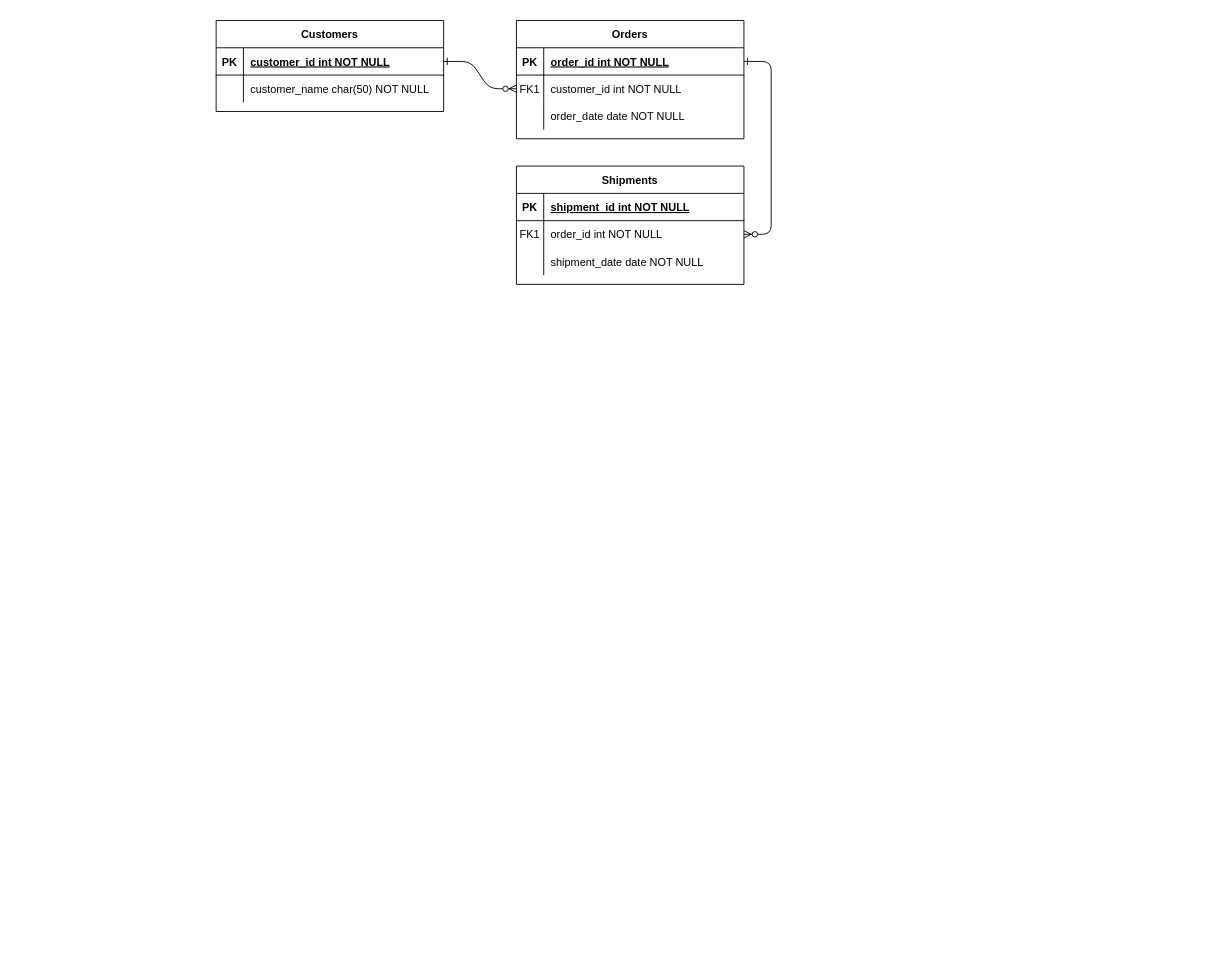
ducvu25/1 keeps this draw.io diagram as Biểu đồ không có tiêu đề.drawio. Above is the earlier version. Source tidied: cells renumbered, new cells numbered last; positions are measured from the earlier drawing's top-left corner, leaving out a move shared by most shapes. Both pictures are drawn from the tidied source at 91%, with x=0, y=0 at pixel (216, 20).
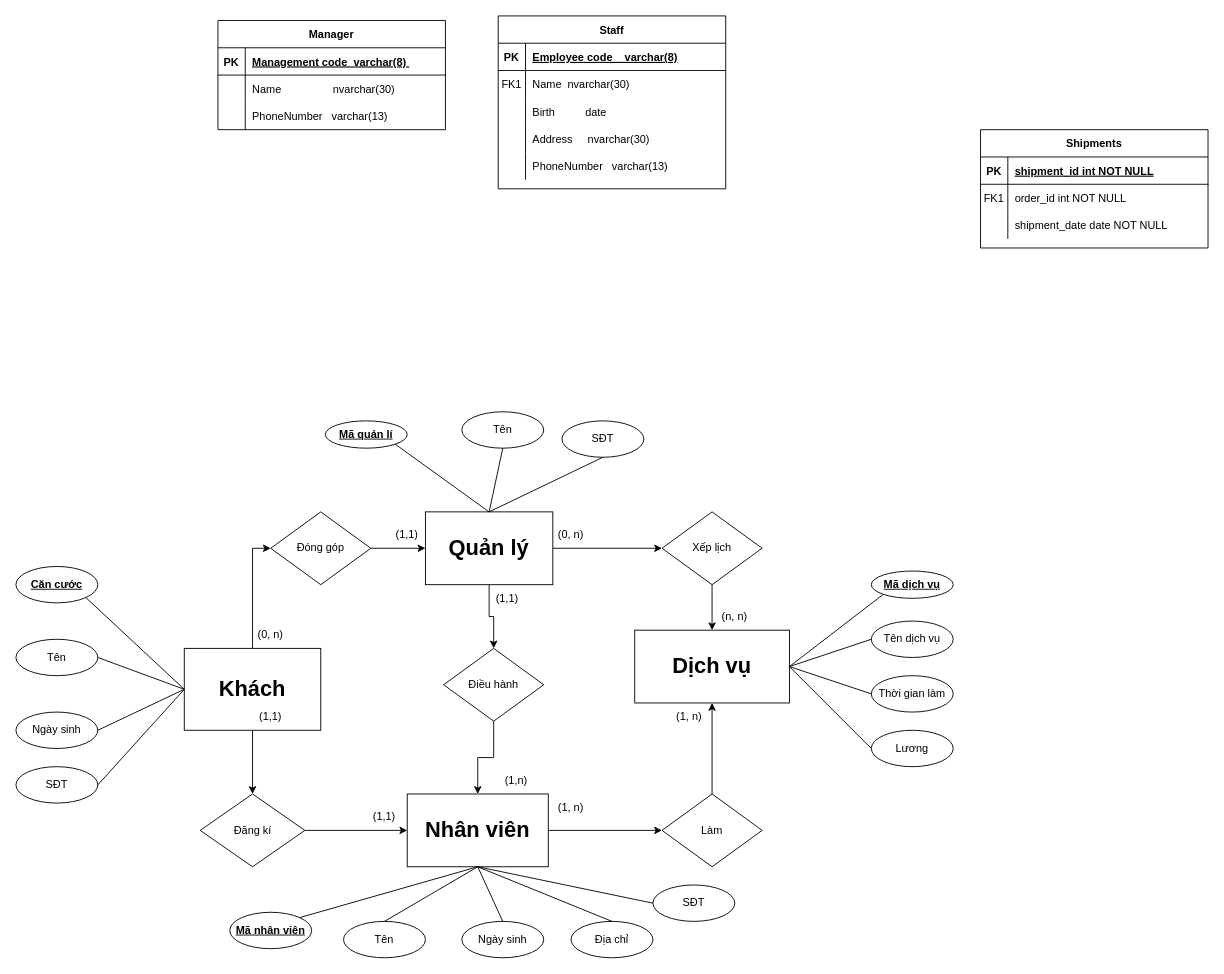
Above is the later version.

Commit message:
Cập nhật Biểu đồ không có tiêu đề.drawio

The change refers to these unchanged cells:
```xml
<mxCell id="5" style="shape=partialRectangle;fillColor=none;points=[[0,0.5],[1,0.5]];portConstraint=eastwest;top=0;left=0;right=0;bottom=1;" parent="4" vertex="1">
  <mxGeometry y="30" width="250" height="30" as="geometry" />
</mxCell>
<mxCell id="8" style="shape=partialRectangle;fillColor=none;points=[[0,0.5],[1,0.5]];portConstraint=eastwest;top=0;left=0;right=0;bottom=0;" parent="4" vertex="1">
  <mxGeometry y="60" width="250" height="30" as="geometry" />
</mxCell>
<mxCell id="11" style="shape=partialRectangle;fillColor=none;top=0;left=0;right=0;bottom=0;" parent="4" vertex="1">
  <mxGeometry y="90" width="250" height="30" as="geometry" />
</mxCell>
<mxCell id="18" style="shape=partialRectangle;fillColor=none;points=[[0,0.5],[1,0.5]];portConstraint=eastwest;top=0;left=0;right=0;bottom=0;" parent="14" vertex="1">
  <mxGeometry y="60" width="250" height="30" as="geometry" />
</mxCell>
<mxCell id="25" style="shape=partialRectangle;fillColor=none;points=[[0,0.5],[1,0.5]];portConstraint=eastwest;top=0;left=0;right=0;bottom=1;" parent="24" vertex="1">
  <mxGeometry y="30" width="250" height="30" as="geometry" />
</mxCell>
<mxCell id="28" style="shape=partialRectangle;fillColor=none;top=0;left=0;right=0;bottom=0;" parent="24" vertex="1">
  <mxGeometry y="60" width="250" height="30" as="geometry" />
</mxCell>
```

The edit, as a diff of the source:
```diff
@@
-    <mxCell id="2" style="edgeStyle=entityRelationEdgeStyle;endArrow=ERzeroToMany;startArrow=ERone;endFill=1;startFill=0;" parent="1" edge="1" source="25" target="8">
-      <mxGeometry relative="1" as="geometry" />
-    </mxCell>
-    <mxCell id="3" style="edgeStyle=entityRelationEdgeStyle;endArrow=ERzeroToMany;startArrow=ERone;endFill=1;startFill=0;" parent="1" edge="1" source="5" target="18">
-      <mxGeometry relative="1" as="geometry" />
-    </mxCell>
-    <mxCell id="4" value="Orders" style="shape=table;startSize=30;childLayout=tableLayout;rowLines=0;fontStyle=1;align=center;" parent="1" vertex="1">
-      <mxGeometry x="330" width="250" height="130" as="geometry" />
+    <mxCell id="4" value="Staff" style="shape=table;startSize=30;childLayout=tableLayout;rowLines=0;fontStyle=1;align=center;" parent="1" vertex="1">
+      <mxGeometry x="310" y="-5" width="250" height="190" as="geometry" />
     </mxCell>
@@
-    <mxCell id="7" value="order_id int NOT NULL " style="shape=partialRectangle;overflow=hidden;fillColor=none;top=0;left=0;bottom=0;right=0;align=left;spacingLeft=6;fontStyle=5;" parent="5" vertex="1">
+    <mxCell id="7" value="Employee code    varchar(8)" style="shape=partialRectangle;overflow=hidden;fillColor=none;top=0;left=0;bottom=0;right=0;align=left;spacingLeft=6;fontStyle=5;" parent="5" vertex="1">
       <mxGeometry x="30" width="220" height="30" as="geometry" />
     </mxCell>
@@
-    <mxCell id="10" value="customer_id int NOT NULL" style="shape=partialRectangle;overflow=hidden;fillColor=none;top=0;left=0;bottom=0;right=0;align=left;spacingLeft=6;" parent="8" vertex="1">
+    <mxCell id="10" value="Name  nvarchar(30)" style="shape=partialRectangle;overflow=hidden;fillColor=none;top=0;left=0;bottom=0;right=0;align=left;spacingLeft=6;" parent="8" vertex="1">
       <mxGeometry x="30" width="220" height="30" as="geometry" />
     </mxCell>
@@
-    <mxCell id="13" value="order_date date NOT NULL" style="shape=partialRectangle;overflow=hidden;fillColor=none;top=0;left=0;bottom=0;right=0;align=left;spacingLeft=6;" parent="11" vertex="1">
+    <mxCell id="13" value="Birth          date" style="shape=partialRectangle;overflow=hidden;fillColor=none;top=0;left=0;bottom=0;right=0;align=left;spacingLeft=6;" parent="11" vertex="1">
       <mxGeometry x="30" width="220" height="30" as="geometry" />
     </mxCell>
+    <mxCell id="31" style="shape=partialRectangle;fillColor=none;top=0;left=0;right=0;bottom=0;" parent="4" vertex="1">
+      <mxGeometry y="120" width="250" height="30" as="geometry" />
+    </mxCell>
+    <mxCell id="32" style="shape=partialRectangle;overflow=hidden;fillColor=none;top=0;left=0;bottom=0;right=0;" parent="31" vertex="1">
+      <mxGeometry width="30" height="30" as="geometry" />
+    </mxCell>
+    <mxCell id="33" value="Address     nvarchar(30)" style="shape=partialRectangle;overflow=hidden;fillColor=none;top=0;left=0;bottom=0;right=0;align=left;spacingLeft=6;" parent="31" vertex="1">
+      <mxGeometry x="30" width="220" height="30" as="geometry" />
+    </mxCell>
+    <mxCell id="34" style="shape=partialRectangle;fillColor=none;top=0;left=0;right=0;bottom=0;" parent="4" vertex="1">
+      <mxGeometry y="150" width="250" height="30" as="geometry" />
+    </mxCell>
+    <mxCell id="35" style="shape=partialRectangle;overflow=hidden;fillColor=none;top=0;left=0;bottom=0;right=0;" parent="34" vertex="1">
+      <mxGeometry width="30" height="30" as="geometry" />
+    </mxCell>
+    <mxCell id="36" value="PhoneNumber   varchar(13)" style="shape=partialRectangle;overflow=hidden;fillColor=none;top=0;left=0;bottom=0;right=0;align=left;spacingLeft=6;" parent="34" vertex="1">
+      <mxGeometry x="30" width="220" height="30" as="geometry" />
+    </mxCell>
     <mxCell id="14" value="Shipments" style="shape=table;startSize=30;childLayout=tableLayout;rowLines=0;fontStyle=1;align=center;" parent="1" vertex="1">
-      <mxGeometry x="330" y="160" width="250" height="130" as="geometry" />
+      <mxGeometry x="840" y="120" width="250" height="130" as="geometry" />
     </mxCell>
@@
-    <mxCell id="24" value="Customers" style="shape=table;startSize=30;childLayout=tableLayout;rowLines=0;fontStyle=1;align=center;" parent="1" vertex="1">
-      <mxGeometry width="250" height="100" as="geometry" />
+    <mxCell id="24" value="Manager" style="shape=table;startSize=30;childLayout=tableLayout;rowLines=0;fontStyle=1;align=center;" parent="1" vertex="1">
+      <mxGeometry x="2" width="250" height="120" as="geometry" />
     </mxCell>
@@
-    <mxCell id="27" value="customer_id int NOT NULL " style="shape=partialRectangle;overflow=hidden;fillColor=none;top=0;left=0;bottom=0;right=0;align=left;spacingLeft=6;fontStyle=5;" parent="25" vertex="1">
+    <mxCell id="27" value="Management code  varchar(8) " style="shape=partialRectangle;overflow=hidden;fillColor=none;top=0;left=0;bottom=0;right=0;align=left;spacingLeft=6;fontStyle=5;" parent="25" vertex="1">
       <mxGeometry x="30" width="220" height="30" as="geometry" />
     </mxCell>
@@
-    <mxCell id="30" value="customer_name char(50) NOT NULL" style="shape=partialRectangle;overflow=hidden;fillColor=none;top=0;left=0;bottom=0;right=0;align=left;spacingLeft=6;" parent="28" vertex="1">
+    <mxCell id="30" value="Name                 nvarchar(30)" style="shape=partialRectangle;overflow=hidden;fillColor=none;top=0;left=0;bottom=0;right=0;align=left;spacingLeft=6;" parent="28" vertex="1">
       <mxGeometry x="30" width="220" height="30" as="geometry" />
     </mxCell>
+    <mxCell id="37" style="shape=partialRectangle;fillColor=none;top=0;left=0;right=0;bottom=0;" parent="24" vertex="1">
+      <mxGeometry y="90" width="250" height="30" as="geometry" />
+    </mxCell>
+    <mxCell id="38" style="shape=partialRectangle;overflow=hidden;fillColor=none;top=0;left=0;bottom=0;right=0;" parent="37" vertex="1">
+      <mxGeometry width="30" height="30" as="geometry" />
+    </mxCell>
+    <mxCell id="39" value="PhoneNumber   varchar(13)" style="shape=partialRectangle;overflow=hidden;fillColor=none;top=0;left=0;bottom=0;right=0;align=left;spacingLeft=6;" parent="37" vertex="1">
+      <mxGeometry x="30" width="220" height="30" as="geometry" />
+    </mxCell>
+    <mxCell id="40" style="edgeStyle=orthogonalEdgeStyle;rounded=0;jettySize=auto;html=1;" parent="1" edge="1" source="42" target="50">
+      <mxGeometry relative="1" as="geometry" />
+    </mxCell>
+    <mxCell id="41" style="edgeStyle=orthogonalEdgeStyle;rounded=0;jettySize=auto;html=1;entryX=0;entryY=0.5;entryDx=0;entryDy=0;" parent="1" edge="1" source="42" target="58">
+      <mxGeometry relative="1" as="geometry" />
+    </mxCell>
+    <mxCell id="42" value="&lt;font style=&quot;font-size: 24px;&quot;&gt;&lt;b&gt;Quản lý&lt;/b&gt;&lt;/font&gt;" style="rounded=0;whiteSpace=wrap;html=1;" parent="1" vertex="1">
+      <mxGeometry x="230" y="540" width="140" height="80" as="geometry" />
+    </mxCell>
+    <mxCell id="43" style="edgeStyle=orthogonalEdgeStyle;rounded=0;jettySize=auto;html=1;" parent="1" edge="1" source="44" target="54">
+      <mxGeometry relative="1" as="geometry" />
+    </mxCell>
+    <mxCell id="44" value="&lt;b&gt;&lt;font style=&quot;font-size: 24px;&quot;&gt;Nhân viên&lt;/font&gt;&lt;/b&gt;" style="rounded=0;whiteSpace=wrap;html=1;" parent="1" vertex="1">
+      <mxGeometry x="210" y="850" width="155" height="80" as="geometry" />
+    </mxCell>
+    <mxCell id="45" value="&lt;span style=&quot;font-size: 24px;&quot;&gt;&lt;b&gt;Dịch vụ&lt;/b&gt;&lt;/span&gt;" style="rounded=0;whiteSpace=wrap;html=1;" parent="1" vertex="1">
+      <mxGeometry x="460" y="670" width="170" height="80" as="geometry" />
+    </mxCell>
+    <mxCell id="46" style="edgeStyle=orthogonalEdgeStyle;rounded=0;jettySize=auto;html=1;entryX=0.5;entryY=0;entryDx=0;entryDy=0;" parent="1" edge="1" source="48" target="52">
+      <mxGeometry relative="1" as="geometry" />
+    </mxCell>
+    <mxCell id="47" style="edgeStyle=orthogonalEdgeStyle;rounded=0;jettySize=auto;html=1;entryX=0;entryY=0.5;entryDx=0;entryDy=0;" parent="1" edge="1" source="48" target="56">
+      <mxGeometry relative="1" as="geometry" />
+    </mxCell>
+    <mxCell id="48" value="&lt;font style=&quot;font-size: 24px;&quot;&gt;&lt;b&gt;Khách&lt;/b&gt;&lt;/font&gt;" style="rounded=0;whiteSpace=wrap;html=1;" parent="1" vertex="1">
+      <mxGeometry x="-35" y="690" width="150" height="90" as="geometry" />
+    </mxCell>
+    <mxCell id="49" style="edgeStyle=orthogonalEdgeStyle;rounded=0;jettySize=auto;html=1;" parent="1" edge="1" source="50" target="44">
+      <mxGeometry relative="1" as="geometry" />
+    </mxCell>
+    <mxCell id="50" value="Điều hành" style="rhombus;whiteSpace=wrap;html=1;" parent="1" vertex="1">
+      <mxGeometry x="250" y="690" width="110" height="80" as="geometry" />
+    </mxCell>
+    <mxCell id="51" style="edgeStyle=orthogonalEdgeStyle;rounded=0;jettySize=auto;html=1;entryX=0;entryY=0.5;entryDx=0;entryDy=0;" parent="1" edge="1" source="52" target="44">
+      <mxGeometry relative="1" as="geometry" />
+    </mxCell>
+    <mxCell id="52" value="Đăng kí" style="rhombus;whiteSpace=wrap;html=1;" parent="1" vertex="1">
+      <mxGeometry x="-17.5" y="850" width="115" height="80" as="geometry" />
+    </mxCell>
+    <mxCell id="53" style="edgeStyle=orthogonalEdgeStyle;rounded=0;jettySize=auto;html=1;" parent="1" edge="1" source="54" target="45">
+      <mxGeometry relative="1" as="geometry" />
+    </mxCell>
+    <mxCell id="54" value="Làm" style="rhombus;whiteSpace=wrap;html=1;" parent="1" vertex="1">
+      <mxGeometry x="490" y="850" width="110" height="80" as="geometry" />
+    </mxCell>
+    <mxCell id="55" style="edgeStyle=orthogonalEdgeStyle;rounded=0;jettySize=auto;html=1;entryX=0;entryY=0.5;entryDx=0;entryDy=0;" parent="1" edge="1" source="56" target="42">
+      <mxGeometry relative="1" as="geometry" />
+    </mxCell>
+    <mxCell id="56" value="Đóng góp" style="rhombus;whiteSpace=wrap;html=1;" parent="1" vertex="1">
+      <mxGeometry x="60" y="540" width="110" height="80" as="geometry" />
+    </mxCell>
+    <mxCell id="57" style="edgeStyle=orthogonalEdgeStyle;rounded=0;jettySize=auto;html=1;entryX=0.5;entryY=0;entryDx=0;entryDy=0;" parent="1" edge="1" source="58" target="45">
+      <mxGeometry relative="1" as="geometry" />
+    </mxCell>
+    <mxCell id="58" value="Xếp lịch" style="rhombus;whiteSpace=wrap;html=1;" parent="1" vertex="1">
+      <mxGeometry x="490" y="540" width="110" height="80" as="geometry" />
+    </mxCell>
+    <mxCell id="59" value="(1,1)" style="text;html=1;strokeColor=none;fillColor=none;align=center;verticalAlign=middle;whiteSpace=wrap;rounded=0;" parent="1" vertex="1">
+      <mxGeometry x="290" y="620" width="60" height="30" as="geometry" />
+    </mxCell>
+    <mxCell id="60" value="(1,n)" style="text;html=1;strokeColor=none;fillColor=none;align=center;verticalAlign=middle;whiteSpace=wrap;rounded=0;" parent="1" vertex="1">
+      <mxGeometry x="300" y="820" width="60" height="30" as="geometry" />
+    </mxCell>
+    <mxCell id="61" value="(1,1)" style="text;html=1;strokeColor=none;fillColor=none;align=center;verticalAlign=middle;whiteSpace=wrap;rounded=0;" parent="1" vertex="1">
+      <mxGeometry x="30" y="750" width="60" height="30" as="geometry" />
+    </mxCell>
+    <mxCell id="62" value="(1,1)" style="text;html=1;strokeColor=none;fillColor=none;align=center;verticalAlign=middle;whiteSpace=wrap;rounded=0;" parent="1" vertex="1">
+      <mxGeometry x="155" y="860" width="60" height="30" as="geometry" />
+    </mxCell>
+    <mxCell id="63" value="(0, n)" style="text;html=1;strokeColor=none;fillColor=none;align=center;verticalAlign=middle;whiteSpace=wrap;rounded=0;" parent="1" vertex="1">
+      <mxGeometry x="30" y="660" width="60" height="30" as="geometry" />
+    </mxCell>
+    <mxCell id="64" value="(1,1)" style="text;html=1;strokeColor=none;fillColor=none;align=center;verticalAlign=middle;whiteSpace=wrap;rounded=0;" parent="1" vertex="1">
+      <mxGeometry x="180" y="550" width="60" height="30" as="geometry" />
+    </mxCell>
+    <mxCell id="65" value="(0, n)" style="text;html=1;strokeColor=none;fillColor=none;align=center;verticalAlign=middle;whiteSpace=wrap;rounded=0;" parent="1" vertex="1">
+      <mxGeometry x="360" y="550" width="60" height="30" as="geometry" />
+    </mxCell>
+    <mxCell id="66" value="(n, n)" style="text;html=1;strokeColor=none;fillColor=none;align=center;verticalAlign=middle;whiteSpace=wrap;rounded=0;" parent="1" vertex="1">
+      <mxGeometry x="540" y="640" width="60" height="30" as="geometry" />
+    </mxCell>
+    <mxCell id="67" value="(1, n)" style="text;html=1;strokeColor=none;fillColor=none;align=center;verticalAlign=middle;whiteSpace=wrap;rounded=0;" parent="1" vertex="1">
+      <mxGeometry x="360" y="850" width="60" height="30" as="geometry" />
+    </mxCell>
+    <mxCell id="68" value="(1, n)" style="text;html=1;strokeColor=none;fillColor=none;align=center;verticalAlign=middle;whiteSpace=wrap;rounded=0;" parent="1" vertex="1">
+      <mxGeometry x="490" y="750" width="60" height="30" as="geometry" />
+    </mxCell>
+    <mxCell id="69" value="&lt;b&gt;&lt;u&gt;Căn cước&lt;/u&gt;&lt;/b&gt;" style="ellipse;whiteSpace=wrap;html=1;" parent="1" vertex="1">
+      <mxGeometry x="-220" y="600" width="90" height="40" as="geometry" />
+    </mxCell>
+    <mxCell id="70" value="Tên" style="ellipse;whiteSpace=wrap;html=1;" parent="1" vertex="1">
+      <mxGeometry x="-220" y="680" width="90" height="40" as="geometry" />
+    </mxCell>
+    <mxCell id="71" value="Ngày sinh" style="ellipse;whiteSpace=wrap;html=1;" parent="1" vertex="1">
+      <mxGeometry x="-220" y="760" width="90" height="40" as="geometry" />
+    </mxCell>
+    <mxCell id="72" style="endArrow=none;html=1;rounded=0;strokeColor=default;fontSize=24;elbow=vertical;exitX=1;exitY=1;exitDx=0;exitDy=0;entryX=0;entryY=0.5;entryDx=0;entryDy=0;" parent="1" edge="1" source="69" target="48">
+      <mxGeometry relative="1" as="geometry" />
+    </mxCell>
+    <mxCell id="73" style="endArrow=none;html=1;rounded=0;strokeColor=default;fontSize=24;elbow=vertical;exitX=1;exitY=0.5;exitDx=0;exitDy=0;entryX=0;entryY=0.5;entryDx=0;entryDy=0;" parent="1" edge="1" source="70" target="48">
+      <mxGeometry relative="1" as="geometry" />
+    </mxCell>
+    <mxCell id="74" style="endArrow=none;html=1;rounded=0;strokeColor=default;fontSize=24;elbow=vertical;entryX=0;entryY=0.5;entryDx=0;entryDy=0;exitX=1;exitY=0.5;exitDx=0;exitDy=0;" parent="1" edge="1" source="71" target="48">
+      <mxGeometry relative="1" as="geometry" />
+    </mxCell>
+    <mxCell id="75" value="&lt;b&gt;&lt;u&gt;Mã quản lí&lt;/u&gt;&lt;/b&gt;" style="ellipse;whiteSpace=wrap;html=1;" parent="1" vertex="1">
+      <mxGeometry x="120" y="440" width="90" height="30" as="geometry" />
+    </mxCell>
+    <mxCell id="76" style="endArrow=none;html=1;rounded=0;strokeColor=default;fontSize=24;elbow=vertical;exitX=1;exitY=1;exitDx=0;exitDy=0;entryX=0.5;entryY=0;entryDx=0;entryDy=0;" parent="1" edge="1" source="75" target="42">
+      <mxGeometry relative="1" as="geometry" />
+    </mxCell>
+    <mxCell id="77" value="Tên" style="ellipse;whiteSpace=wrap;html=1;" parent="1" vertex="1">
+      <mxGeometry x="270" y="430" width="90" height="40" as="geometry" />
+    </mxCell>
+    <mxCell id="78" value="SĐT" style="ellipse;whiteSpace=wrap;html=1;" parent="1" vertex="1">
+      <mxGeometry x="-220" y="820" width="90" height="40" as="geometry" />
+    </mxCell>
+    <mxCell id="79" style="endArrow=none;html=1;rounded=0;strokeColor=default;fontSize=24;elbow=vertical;entryX=0;entryY=0.5;entryDx=0;entryDy=0;exitX=1;exitY=0.5;exitDx=0;exitDy=0;" parent="1" edge="1" source="78" target="48">
+      <mxGeometry relative="1" as="geometry" />
+    </mxCell>
+    <mxCell id="80" style="endArrow=none;html=1;rounded=0;strokeColor=default;fontSize=24;elbow=vertical;exitX=0.5;exitY=1;exitDx=0;exitDy=0;" parent="1" edge="1" source="77">
+      <mxGeometry relative="1" as="geometry">
+        <mxPoint x="300" y="540" as="targetPoint" />
+      </mxGeometry>
+    </mxCell>
+    <mxCell id="81" value="SĐT" style="ellipse;whiteSpace=wrap;html=1;" parent="1" vertex="1">
+      <mxGeometry x="380" y="440" width="90" height="40" as="geometry" />
+    </mxCell>
+    <mxCell id="82" style="endArrow=none;html=1;rounded=0;strokeColor=default;fontSize=24;elbow=vertical;exitX=0.5;exitY=1;exitDx=0;exitDy=0;entryX=0.5;entryY=0;entryDx=0;entryDy=0;" parent="1" edge="1" source="81" target="42">
+      <mxGeometry relative="1" as="geometry" />
+    </mxCell>
+    <mxCell id="83" value="&lt;b&gt;&lt;u&gt;Mã dịch vụ&lt;/u&gt;&lt;/b&gt;" style="ellipse;whiteSpace=wrap;html=1;" parent="1" vertex="1">
+      <mxGeometry x="720" y="605" width="90" height="30" as="geometry" />
+    </mxCell>
+    <mxCell id="84" style="endArrow=none;html=1;rounded=0;strokeColor=default;fontSize=24;elbow=vertical;exitX=0;exitY=1;exitDx=0;exitDy=0;entryX=1;entryY=0.5;entryDx=0;entryDy=0;" parent="1" edge="1" source="83" target="45">
+      <mxGeometry relative="1" as="geometry" />
+    </mxCell>
+    <mxCell id="85" value="Tên dịch vụ" style="ellipse;whiteSpace=wrap;html=1;" parent="1" vertex="1">
+      <mxGeometry x="720" y="660" width="90" height="40" as="geometry" />
+    </mxCell>
+    <mxCell id="86" value="Thời gian làm" style="ellipse;whiteSpace=wrap;html=1;" parent="1" vertex="1">
+      <mxGeometry x="720" y="720" width="90" height="40" as="geometry" />
+    </mxCell>
+    <mxCell id="87" style="endArrow=none;html=1;rounded=0;strokeColor=default;fontSize=24;elbow=vertical;exitX=0;exitY=0.5;exitDx=0;exitDy=0;entryX=1;entryY=0.5;entryDx=0;entryDy=0;" parent="1" edge="1" source="85" target="45">
+      <mxGeometry relative="1" as="geometry" />
+    </mxCell>
+    <mxCell id="88" style="endArrow=none;html=1;rounded=0;strokeColor=default;fontSize=24;elbow=vertical;exitX=0;exitY=0.5;exitDx=0;exitDy=0;entryX=1;entryY=0.5;entryDx=0;entryDy=0;" parent="1" edge="1" source="86" target="45">
+      <mxGeometry relative="1" as="geometry" />
+    </mxCell>
+    <mxCell id="89" style="endArrow=none;html=1;rounded=0;strokeColor=default;fontSize=24;elbow=vertical;entryX=1;entryY=0.5;entryDx=0;entryDy=0;exitX=0;exitY=0.5;exitDx=0;exitDy=0;" parent="1" edge="1" source="90" target="45">
+      <mxGeometry relative="1" as="geometry" />
+    </mxCell>
+    <mxCell id="90" value="Lương" style="ellipse;whiteSpace=wrap;html=1;" parent="1" vertex="1">
+      <mxGeometry x="720" y="780" width="90" height="40" as="geometry" />
+    </mxCell>
+    <mxCell id="91" value="&lt;b&gt;&lt;u&gt;Mã nhân viên&lt;/u&gt;&lt;/b&gt;" style="ellipse;whiteSpace=wrap;html=1;" parent="1" vertex="1">
+      <mxGeometry x="15" y="980" width="90" height="40" as="geometry" />
+    </mxCell>
+    <mxCell id="92" value="Tên" style="ellipse;whiteSpace=wrap;html=1;" parent="1" vertex="1">
+      <mxGeometry x="140" y="990" width="90" height="40" as="geometry" />
+    </mxCell>
+    <mxCell id="93" value="Ngày sinh" style="ellipse;whiteSpace=wrap;html=1;" parent="1" vertex="1">
+      <mxGeometry x="270" y="990" width="90" height="40" as="geometry" />
+    </mxCell>
+    <mxCell id="94" style="endArrow=none;html=1;rounded=0;strokeColor=default;fontSize=24;elbow=vertical;exitX=1;exitY=0;exitDx=0;exitDy=0;entryX=0.5;entryY=1;entryDx=0;entryDy=0;" parent="1" edge="1" source="91" target="44">
+      <mxGeometry relative="1" as="geometry" />
+    </mxCell>
+    <mxCell id="95" value="Địa chỉ" style="ellipse;whiteSpace=wrap;html=1;" parent="1" vertex="1">
+      <mxGeometry x="390" y="990" width="90" height="40" as="geometry" />
+    </mxCell>
+    <mxCell id="96" style="endArrow=none;html=1;rounded=0;strokeColor=default;fontSize=24;elbow=vertical;exitX=0.5;exitY=1;exitDx=0;exitDy=0;entryX=0.5;entryY=0;entryDx=0;entryDy=0;" parent="1" edge="1" source="44" target="92">
+      <mxGeometry relative="1" as="geometry" />
+    </mxCell>
+    <mxCell id="97" style="endArrow=none;html=1;rounded=0;strokeColor=default;fontSize=24;elbow=vertical;exitX=0.5;exitY=0;exitDx=0;exitDy=0;entryX=0.5;entryY=1;entryDx=0;entryDy=0;" parent="1" edge="1" source="95" target="44">
+      <mxGeometry relative="1" as="geometry" />
+    </mxCell>
+    <mxCell id="98" style="endArrow=none;html=1;rounded=0;strokeColor=default;fontSize=24;elbow=vertical;exitX=0.5;exitY=0;exitDx=0;exitDy=0;entryX=0.5;entryY=1;entryDx=0;entryDy=0;" parent="1" edge="1" source="93" target="44">
+      <mxGeometry relative="1" as="geometry" />
+    </mxCell>
+    <mxCell id="99" value="SĐT" style="ellipse;whiteSpace=wrap;html=1;" parent="1" vertex="1">
+      <mxGeometry x="480" y="950" width="90" height="40" as="geometry" />
+    </mxCell>
+    <mxCell id="100" style="endArrow=none;html=1;rounded=0;strokeColor=default;fontSize=24;elbow=vertical;exitX=0;exitY=0.5;exitDx=0;exitDy=0;entryX=0.5;entryY=1;entryDx=0;entryDy=0;" parent="1" edge="1" source="99" target="44">
+      <mxGeometry relative="1" as="geometry" />
+    </mxCell>
```
